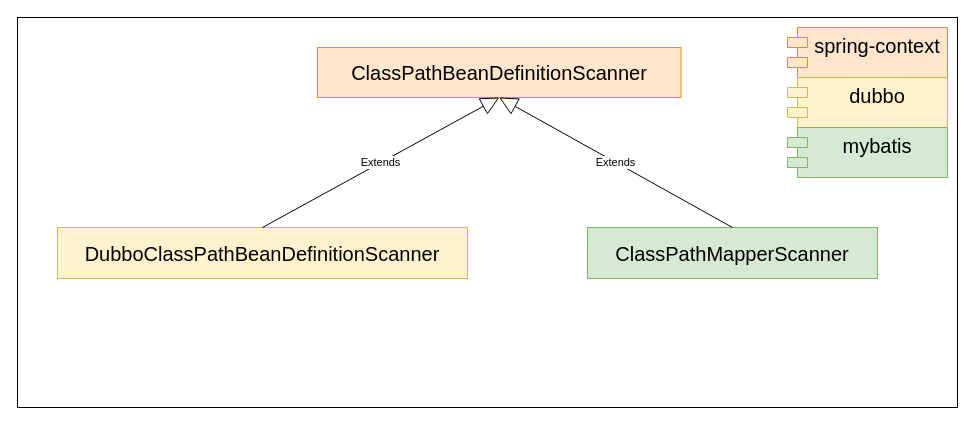
czwer/dubbo-learning keeps this draw.io diagram as dubbo-learning-doc/drawio/源码分析/3_Spring注册Bean定义/主要类图/组件扫描_BeanDefinitionRegistryPostProcessor类图.drawio. Above is the earlier version. Source tidied: cells renumbered, new cells numbered last; positions are measured from the earlier drawing's top-left corner, leaving out a move shared by most shapes. Both pictures are drawn from the tidied source at 100%, with x=0, y=0 at pixel (17, 17).
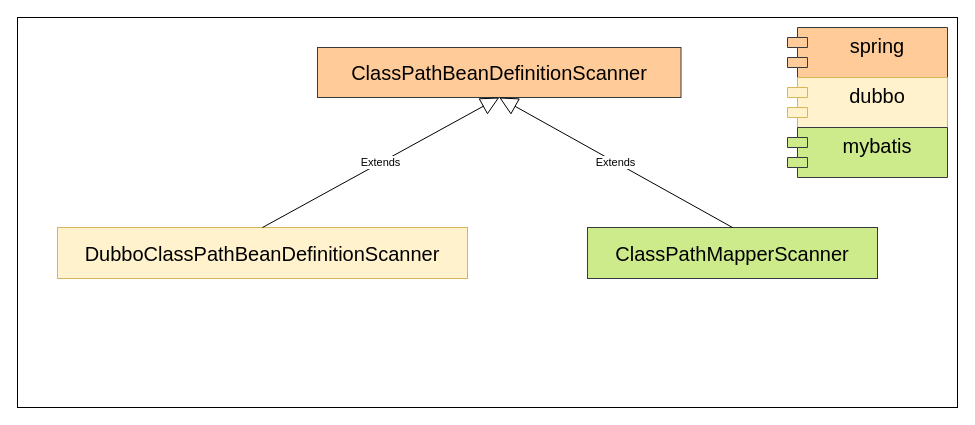
After the change.

The edit, as a diff of the source:
```diff
@@
 <mxGraphModel>
   <root>
     <mxCell id="0" />
     <mxCell id="1" parent="0" />
     <mxCell id="2" style="rounded=0;whiteSpace=wrap;html=1;" parent="1" vertex="1">
       <mxGeometry width="940" height="390" as="geometry" />
     </mxCell>
     <mxCell id="3" value="&lt;div&gt;DubboClassPathBeanDefinitionScanner&lt;/div&gt;" style="html=1;whiteSpace=wrap;fontSize=20;verticalAlign=middle;align=center;fillColor=#fff2cc;strokeColor=#d6b656;" parent="1" vertex="1">
       <mxGeometry x="40" y="210" width="410" height="51" as="geometry" />
     </mxCell>
-    <mxCell id="4" value="ClassPathBeanDefinitionScanner" style="html=1;whiteSpace=wrap;fontSize=20;fillColor=#ffe6cc;strokeColor=#d79b00;" parent="1" vertex="1">
+    <mxCell id="4" value="ClassPathBeanDefinitionScanner" style="html=1;whiteSpace=wrap;fontSize=20;fillColor=#ffcc99;strokeColor=#36393d;" parent="1" vertex="1">
       <mxGeometry x="300" y="30" width="363.5" height="50" as="geometry" />
     </mxCell>
     <mxCell id="5" value="Extends" style="endArrow=block;endSize=16;endFill=0;html=1;rounded=0;exitX=0.5;exitY=0;exitDx=0;exitDy=0;entryX=0.5;entryY=1;entryDx=0;entryDy=0;" parent="1" edge="1" source="3" target="4">
       <mxGeometry relative="1" as="geometry" />
     </mxCell>
-    <mxCell id="6" value="spring-context&lt;div&gt;&lt;br&gt;&lt;/div&gt;" style="shape=module;align=left;spacingLeft=20;align=center;verticalAlign=top;whiteSpace=wrap;html=1;fontSize=20;fillColor=#ffe6cc;strokeColor=#d79b00;" parent="1" vertex="1">
+    <mxCell id="6" value="spring&lt;div&gt;&lt;br&gt;&lt;/div&gt;" style="shape=module;align=left;spacingLeft=20;align=center;verticalAlign=top;whiteSpace=wrap;html=1;fontSize=20;fillColor=#ffcc99;strokeColor=#36393d;" parent="1" vertex="1">
       <mxGeometry x="770" y="10" width="160" height="50" as="geometry" />
     </mxCell>
-    <mxCell id="7" value="ClassPathMapperScanner" style="html=1;whiteSpace=wrap;fontSize=20;verticalAlign=middle;align=center;fillColor=#d5e8d4;strokeColor=#82b366;" parent="1" vertex="1">
+    <mxCell id="7" value="ClassPathMapperScanner" style="html=1;whiteSpace=wrap;fontSize=20;verticalAlign=middle;align=center;fillColor=#cdeb8b;strokeColor=#36393d;" parent="1" vertex="1">
       <mxGeometry x="570" y="210" width="290" height="51" as="geometry" />
     </mxCell>
     <mxCell id="8" value="Extends" style="endArrow=block;endSize=16;endFill=0;html=1;rounded=0;exitX=0.5;exitY=0;exitDx=0;exitDy=0;entryX=0.5;entryY=1;entryDx=0;entryDy=0;" parent="1" edge="1" source="7" target="4">
       <mxGeometry relative="1" as="geometry" />
     </mxCell>
     <mxCell id="9" value="&lt;div&gt;dubbo&lt;/div&gt;" style="shape=module;align=left;spacingLeft=20;align=center;verticalAlign=top;whiteSpace=wrap;html=1;fontSize=20;fillColor=#fff2cc;strokeColor=#d6b656;" parent="1" vertex="1">
       <mxGeometry x="770" y="60" width="160" height="50" as="geometry" />
     </mxCell>
-    <mxCell id="10" value="&lt;div&gt;mybatis&lt;/div&gt;" style="shape=module;align=left;spacingLeft=20;align=center;verticalAlign=top;whiteSpace=wrap;html=1;fontSize=20;fillColor=#d5e8d4;strokeColor=#82b366;" parent="1" vertex="1">
+    <mxCell id="10" value="&lt;div&gt;mybatis&lt;/div&gt;" style="shape=module;align=left;spacingLeft=20;align=center;verticalAlign=top;whiteSpace=wrap;html=1;fontSize=20;fillColor=#cdeb8b;strokeColor=#36393d;" parent="1" vertex="1">
       <mxGeometry x="770" y="110" width="160" height="50" as="geometry" />
     </mxCell>
   </root>
 </mxGraphModel>
```
